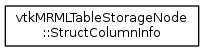
This is master/inherit_graph_151.png from jamesobutler/apidocs.slicer.org, a Graphviz export, as it was before one commit. Its source is kept beside it as master/inherit_graph_151.dot. Source of this version:
```dot
digraph "Graphical Class Hierarchy"
{
  bgcolor="transparent";
  edge [fontname="Helvetica",fontsize="10",labelfontname="Helvetica",labelfontsize="10"];
  node [fontname="Helvetica",fontsize="10",shape=record];
  rankdir="LR";
  Node0 [label="vtkMRMLTableStorageNode\l::StructColumnInfo",height=0.2,width=0.4,color="black",URL="$structvtkMRMLTableStorageNode_1_1StructColumnInfo.html"];
}
```
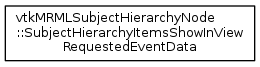
After the change.

What changed in the source:
```diff
@@ -4,5 +4,5 @@
   edge [fontname="Helvetica",fontsize="10",labelfontname="Helvetica",labelfontsize="10"];
   node [fontname="Helvetica",fontsize="10",shape=record];
   rankdir="LR";
-  Node0 [label="vtkMRMLTableStorageNode\l::StructColumnInfo",height=0.2,width=0.4,color="black",URL="$structvtkMRMLTableStorageNode_1_1StructColumnInfo.html"];
+  Node0 [label="vtkMRMLSubjectHierarchyNode\l::SubjectHierarchyItemsShowInView\lRequestedEventData",height=0.2,width=0.4,color="black",URL="$structvtkMRMLSubjectHierarchyNode_1_1SubjectHierarchyItemsShowInViewRequestedEventData.html"];
 }
```
